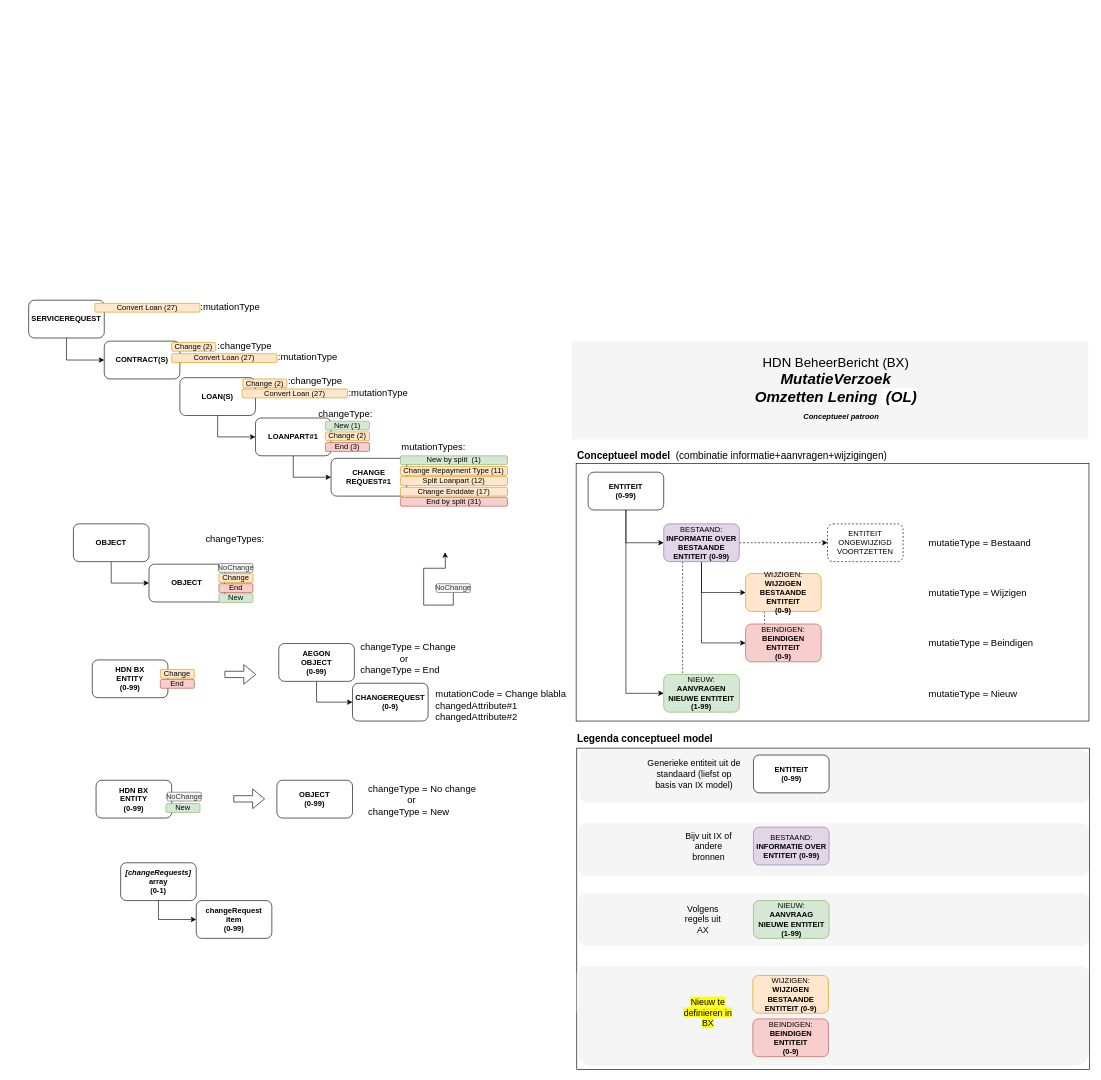
Earlier version of the draw.io diagram page "PatroonConcept" (5 of 15) of BX_Omzetten_Lening.drawio (luchthandel/diagrams). Source tidied: cells renumbered, new cells numbered last; positions are measured from the earlier drawing's top-left corner, leaving out a move shared by most shapes. Both pictures are drawn from the tidied source at 63%, with x=0, y=0 at pixel (28, 299).
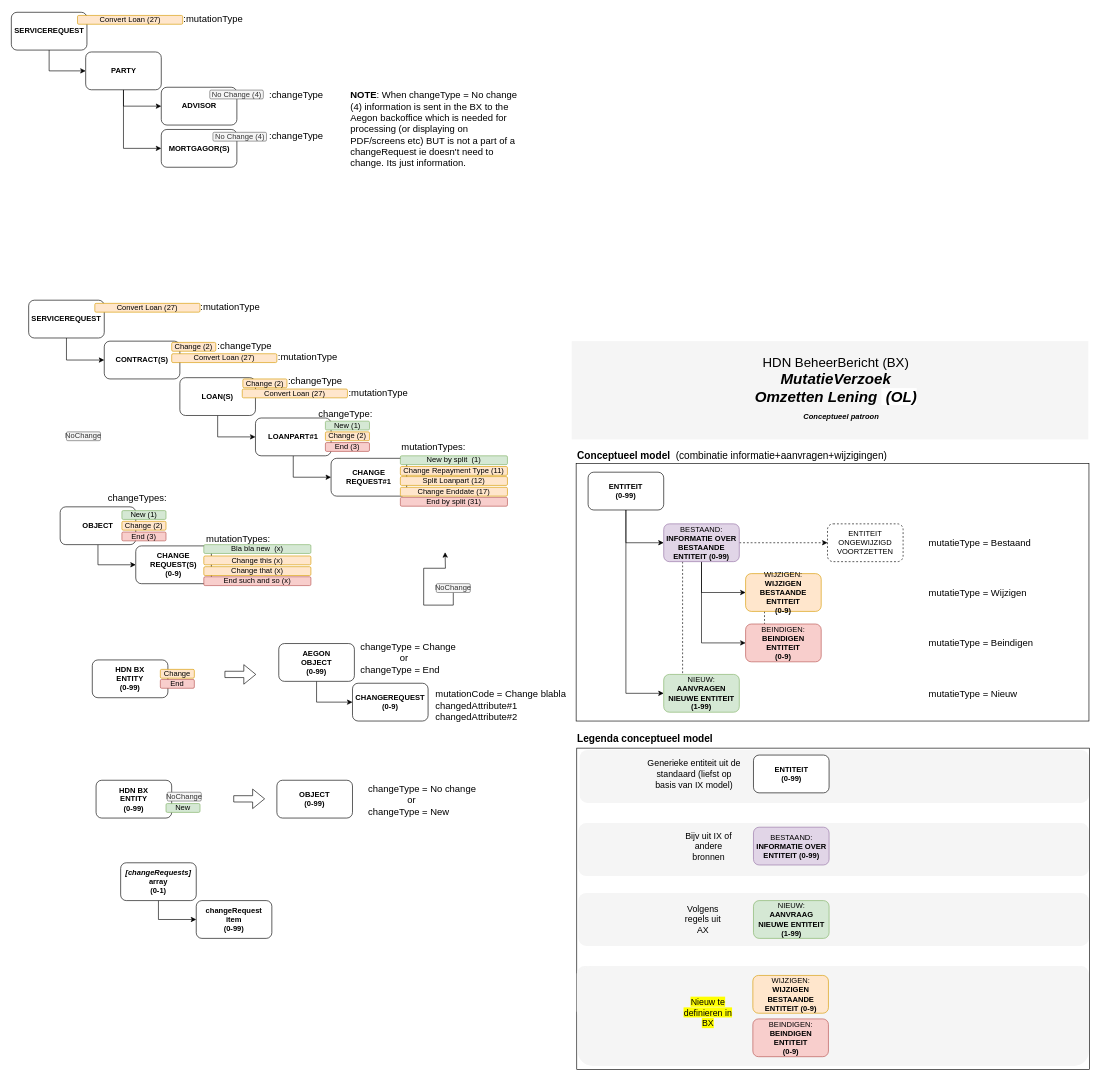
The same diagram, later.

Diff of the diagram source:
```diff
@@
-    <mxCell id="40" style="edgeStyle=orthogonalEdgeStyle;rounded=0;jettySize=auto;html=1;exitX=0.5;exitY=1;exitDx=0;exitDy=0;entryX=0;entryY=0.5;entryDx=0;entryDy=0;" parent="1" edge="1" source="41" target="42">
-      <mxGeometry relative="1" as="geometry" />
-    </mxCell>
-    <mxCell id="41" value="OBJECT" style="rounded=1;whiteSpace=wrap;html=1;fontStyle=1;" parent="1" vertex="1">
-      <mxGeometry x="71" y="357" width="120" height="60" as="geometry" />
-    </mxCell>
+    <mxCell id="96" style="edgeStyle=orthogonalEdgeStyle;rounded=0;jettySize=auto;html=1;exitX=0.5;exitY=1;exitDx=0;exitDy=0;entryX=0;entryY=0.5;entryDx=0;entryDy=0;" parent="1" edge="1" source="42" target="114">
+      <mxGeometry relative="1" as="geometry" />
+    </mxCell>
     <mxCell id="42" value="OBJECT" style="rounded=1;whiteSpace=wrap;html=1;fontStyle=1;" parent="1" vertex="1">
-      <mxGeometry x="191" y="421" width="120" height="60" as="geometry" />
+      <mxGeometry x="50" y="330" width="120" height="60" as="geometry" />
     </mxCell>
     <mxCell id="43" value="&lt;span style=&quot;font-weight: 400&quot;&gt;NoChange&lt;/span&gt;" style="rounded=1;whiteSpace=wrap;html=1;fontStyle=1;fillColor=#f5f5f5;strokeColor=#666666;fontColor=#333333;" parent="1" vertex="1">
-      <mxGeometry x="302" y="420" width="54" height="14" as="geometry" />
+      <mxGeometry x="60" y="211" width="54" height="14" as="geometry" />
     </mxCell>
-    <mxCell id="44" value="&lt;span style=&quot;font-weight: 400&quot;&gt;Change&lt;/span&gt;" style="rounded=1;whiteSpace=wrap;html=1;fontStyle=1;fillColor=#ffe6cc;strokeColor=#d79b00;" parent="1" vertex="1">
-      <mxGeometry x="302" y="436" width="54" height="14" as="geometry" />
-    </mxCell>
-    <mxCell id="45" value="&lt;span style=&quot;font-weight: 400&quot;&gt;End&lt;/span&gt;" style="rounded=1;whiteSpace=wrap;html=1;fontStyle=1;fillColor=#f8cecc;strokeColor=#b85450;" parent="1" vertex="1">
-      <mxGeometry x="302" y="452" width="54" height="14" as="geometry" />
-    </mxCell>
-    <mxCell id="46" value="&lt;span style=&quot;font-weight: 400&quot;&gt;New&lt;/span&gt;" style="rounded=1;whiteSpace=wrap;html=1;fontStyle=1;fillColor=#d5e8d4;strokeColor=#82b366;" parent="1" vertex="1">
-      <mxGeometry x="302" y="468" width="54" height="14" as="geometry" />
-    </mxCell>
@@
     <mxCell id="65" value="&lt;span style=&quot;font-weight: normal&quot;&gt;changeTypes:&lt;br&gt;&lt;/span&gt;" style="text;html=1;strokeColor=none;fillColor=none;align=left;verticalAlign=middle;whiteSpace=wrap;rounded=0;fontStyle=1;fontSize=15;" parent="1" vertex="1">
-      <mxGeometry x="279" y="342" width="192" height="75" as="geometry" />
+      <mxGeometry x="124" y="303" width="103" height="26" as="geometry" />
     </mxCell>
@@
+    <mxCell id="97" style="edgeStyle=orthogonalEdgeStyle;rounded=0;jettySize=auto;html=1;exitX=0.5;exitY=1;exitDx=0;exitDy=0;entryX=0;entryY=0.5;entryDx=0;entryDy=0;" parent="1" edge="1" source="98" target="103">
+      <mxGeometry relative="1" as="geometry" />
+    </mxCell>
+    <mxCell id="98" value="SERVICEREQUEST" style="rounded=1;whiteSpace=wrap;html=1;fontStyle=1;" parent="1" vertex="1">
+      <mxGeometry x="-27.5" y="-455" width="120" height="60" as="geometry" />
+    </mxCell>
+    <mxCell id="99" value="&lt;span style=&quot;font-weight: 400&quot;&gt;Convert Loan (27)&lt;/span&gt;" style="rounded=1;whiteSpace=wrap;html=1;fontStyle=1;fillColor=#ffe6cc;strokeColor=#d79b00;" parent="1" vertex="1">
+      <mxGeometry x="77.5" y="-450" width="167" height="14" as="geometry" />
+    </mxCell>
+    <mxCell id="100" value="&lt;span style=&quot;font-weight: normal&quot;&gt;:mutationType&lt;br&gt;&lt;/span&gt;" style="text;html=1;strokeColor=none;fillColor=none;align=left;verticalAlign=middle;whiteSpace=wrap;rounded=0;fontStyle=1;fontSize=15;" parent="1" vertex="1">
+      <mxGeometry x="243.5" y="-457" width="96" height="23.5" as="geometry" />
+    </mxCell>
+    <mxCell id="101" style="edgeStyle=orthogonalEdgeStyle;rounded=0;jettySize=auto;html=1;exitX=0.5;exitY=1;exitDx=0;exitDy=0;entryX=0;entryY=0.5;entryDx=0;entryDy=0;" parent="1" edge="1" source="103" target="105">
+      <mxGeometry relative="1" as="geometry" />
+    </mxCell>
+    <mxCell id="102" style="edgeStyle=orthogonalEdgeStyle;rounded=0;jettySize=auto;html=1;exitX=0.5;exitY=1;exitDx=0;exitDy=0;entryX=0;entryY=0.5;entryDx=0;entryDy=0;" parent="1" edge="1" source="103" target="104">
+      <mxGeometry relative="1" as="geometry" />
+    </mxCell>
+    <mxCell id="103" value="PARTY" style="rounded=1;whiteSpace=wrap;html=1;fontStyle=1;" parent="1" vertex="1">
+      <mxGeometry x="90.5" y="-392" width="120" height="60" as="geometry" />
+    </mxCell>
+    <mxCell id="104" value="MORTGAGOR(S)" style="rounded=1;whiteSpace=wrap;html=1;fontStyle=1;" parent="1" vertex="1">
+      <mxGeometry x="210.5" y="-269" width="120" height="60" as="geometry" />
+    </mxCell>
+    <mxCell id="105" value="ADVISOR" style="rounded=1;whiteSpace=wrap;html=1;fontStyle=1;" parent="1" vertex="1">
+      <mxGeometry x="210.5" y="-336" width="120" height="60" as="geometry" />
+    </mxCell>
+    <mxCell id="106" value="NOTE&lt;span style=&quot;font-weight: normal&quot;&gt;: When changeType = No change (4) information is sent in the BX to the Aegon backoffice which is needed for processing (or displaying on PDF/screens etc) BUT is not a part of a changeRequest ie doesn't need to change. Its just information.&lt;br&gt;&lt;/span&gt;" style="text;html=1;strokeColor=none;fillColor=none;align=left;verticalAlign=middle;whiteSpace=wrap;rounded=0;fontStyle=1;fontSize=15;" parent="1" vertex="1">
+      <mxGeometry x="508.5" y="-337" width="269" height="134" as="geometry" />
+    </mxCell>
+    <mxCell id="107" value="&lt;span style=&quot;font-weight: 400&quot;&gt;No Change (4)&lt;/span&gt;" style="rounded=1;whiteSpace=wrap;html=1;fontStyle=1;fillColor=#f5f5f5;strokeColor=#666666;fontColor=#333333;" parent="1" vertex="1">
+      <mxGeometry x="287.5" y="-331.5" width="85" height="14" as="geometry" />
+    </mxCell>
+    <mxCell id="108" value="&lt;span style=&quot;font-weight: normal&quot;&gt;:changeType&lt;br&gt;&lt;/span&gt;" style="text;html=1;strokeColor=none;fillColor=none;align=left;verticalAlign=middle;whiteSpace=wrap;rounded=0;fontStyle=1;fontSize=15;" parent="1" vertex="1">
+      <mxGeometry x="379.5" y="-337" width="96" height="23.5" as="geometry" />
+    </mxCell>
+    <mxCell id="109" value="&lt;span style=&quot;font-weight: 400&quot;&gt;No Change (4)&lt;/span&gt;" style="rounded=1;whiteSpace=wrap;html=1;fontStyle=1;fillColor=#f5f5f5;strokeColor=#666666;fontColor=#333333;" parent="1" vertex="1">
+      <mxGeometry x="292.5" y="-264.5" width="85" height="14" as="geometry" />
+    </mxCell>
+    <mxCell id="110" value="&lt;span style=&quot;font-weight: normal&quot;&gt;:changeType&lt;br&gt;&lt;/span&gt;" style="text;html=1;strokeColor=none;fillColor=none;align=left;verticalAlign=middle;whiteSpace=wrap;rounded=0;fontStyle=1;fontSize=15;" parent="1" vertex="1">
+      <mxGeometry x="379.5" y="-271" width="96" height="23.5" as="geometry" />
+    </mxCell>
+    <mxCell id="111" value="&lt;span style=&quot;font-weight: 400&quot;&gt;Change (2)&lt;/span&gt;" style="rounded=1;whiteSpace=wrap;html=1;fontStyle=1;fillColor=#ffe6cc;strokeColor=#d79b00;" parent="1" vertex="1">
+      <mxGeometry x="148" y="353" width="70" height="14" as="geometry" />
+    </mxCell>
+    <mxCell id="112" value="&lt;span style=&quot;font-weight: 400&quot;&gt;End (3)&lt;/span&gt;" style="rounded=1;whiteSpace=wrap;html=1;fontStyle=1;fillColor=#f8cecc;strokeColor=#b85450;" parent="1" vertex="1">
+      <mxGeometry x="148" y="370" width="70" height="14" as="geometry" />
+    </mxCell>
+    <mxCell id="113" value="&lt;span style=&quot;font-weight: 400&quot;&gt;New (1)&lt;/span&gt;" style="rounded=1;whiteSpace=wrap;html=1;fontStyle=1;fillColor=#d5e8d4;strokeColor=#82b366;" parent="1" vertex="1">
+      <mxGeometry x="148" y="336" width="70" height="14" as="geometry" />
+    </mxCell>
+    <mxCell id="114" value="CHANGE&lt;br&gt;REQUEST(S)&lt;br&gt;(0-9)" style="rounded=1;whiteSpace=wrap;html=1;fontStyle=1;" parent="1" vertex="1">
+      <mxGeometry x="170" y="392" width="120" height="60" as="geometry" />
+    </mxCell>
+    <mxCell id="115" value="&lt;span style=&quot;font-weight: normal&quot;&gt;mutationTypes:&lt;br&gt;&lt;/span&gt;" style="text;html=1;strokeColor=none;fillColor=none;align=left;verticalAlign=middle;whiteSpace=wrap;rounded=0;fontStyle=1;fontSize=15;" parent="1" vertex="1">
+      <mxGeometry x="280" y="368.5" width="96" height="23.5" as="geometry" />
+    </mxCell>
+    <mxCell id="116" value="&lt;span style=&quot;font-weight: 400&quot;&gt;Bla bla new&amp;nbsp; (x)&lt;/span&gt;" style="rounded=1;whiteSpace=wrap;html=1;fontStyle=1;fillColor=#d5e8d4;strokeColor=#82b366;" parent="1" vertex="1">
+      <mxGeometry x="278" y="390" width="170" height="14" as="geometry" />
+    </mxCell>
+    <mxCell id="117" value="&lt;span style=&quot;font-weight: 400&quot;&gt;Change this (x)&lt;/span&gt;" style="rounded=1;whiteSpace=wrap;html=1;fontStyle=1;fillColor=#ffe6cc;strokeColor=#d79b00;" parent="1" vertex="1">
+      <mxGeometry x="278" y="408" width="170" height="14" as="geometry" />
+    </mxCell>
+    <mxCell id="118" value="&lt;span style=&quot;font-weight: 400&quot;&gt;Change that (x)&lt;/span&gt;" style="rounded=1;whiteSpace=wrap;html=1;fontStyle=1;fillColor=#ffe6cc;strokeColor=#d79b00;" parent="1" vertex="1">
+      <mxGeometry x="278" y="425" width="170" height="14" as="geometry" />
+    </mxCell>
+    <mxCell id="119" value="&lt;span style=&quot;font-weight: 400&quot;&gt;End such and so (x)&lt;/span&gt;" style="rounded=1;whiteSpace=wrap;html=1;fontStyle=1;fillColor=#f8cecc;strokeColor=#b85450;" parent="1" vertex="1">
+      <mxGeometry x="278" y="441" width="170" height="14" as="geometry" />
+    </mxCell>
```
